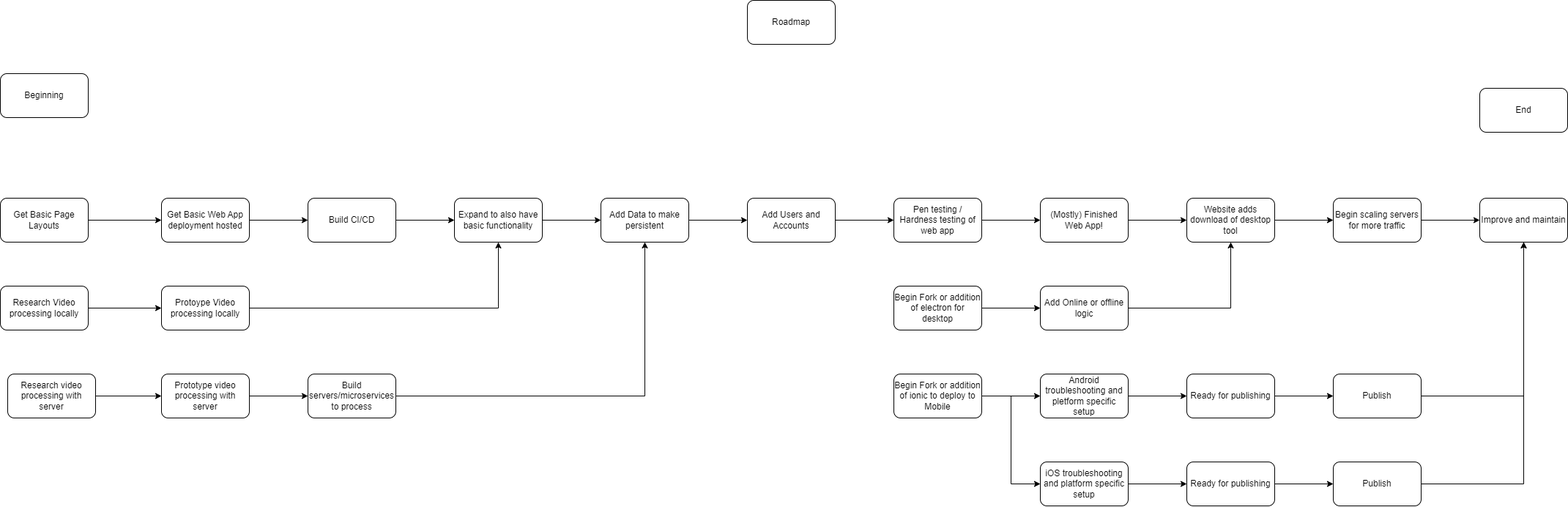
Before: roadmap/Roadmap.png, a diagram exported from draw.io (techteam25/HoneyBeeOBT). Source tidied: cells renumbered, new cells last; positions are measured from the earlier drawing's top-left corner, leaving out a move shared by most shapes.
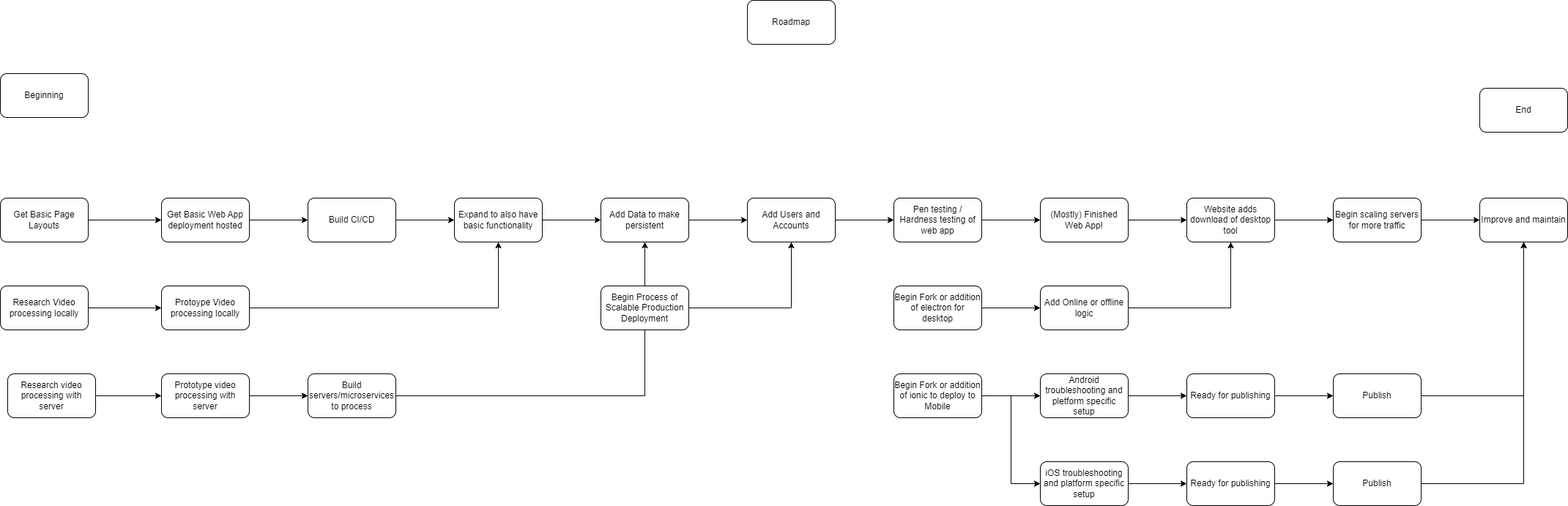
The same diagram one commit later.

Change to the diagram source:
```diff
@@ -165,5 +165,11 @@
     <mxCell id="54" value="Improve and maintain" style="rounded=1;whiteSpace=wrap;html=1;" parent="1" vertex="1">
       <mxGeometry x="2020" y="270" width="120" height="60" as="geometry" />
     </mxCell>
+    <mxCell id="55" style="edgeStyle=orthogonalEdgeStyle;rounded=0;jettySize=auto;html=1;exitX=1;exitY=0.5;exitDx=0;exitDy=0;entryX=0.5;entryY=1;entryDx=0;entryDy=0;" parent="1" edge="1" source="56" target="24">
+      <mxGeometry relative="1" as="geometry" />
+    </mxCell>
+    <mxCell id="56" value="Begin Process of Scalable Production Deployment" style="rounded=1;whiteSpace=wrap;html=1;" parent="1" vertex="1">
+      <mxGeometry x="820" y="390" width="120" height="60" as="geometry" />
+    </mxCell>
   </root>
 </mxGraphModel>
```
